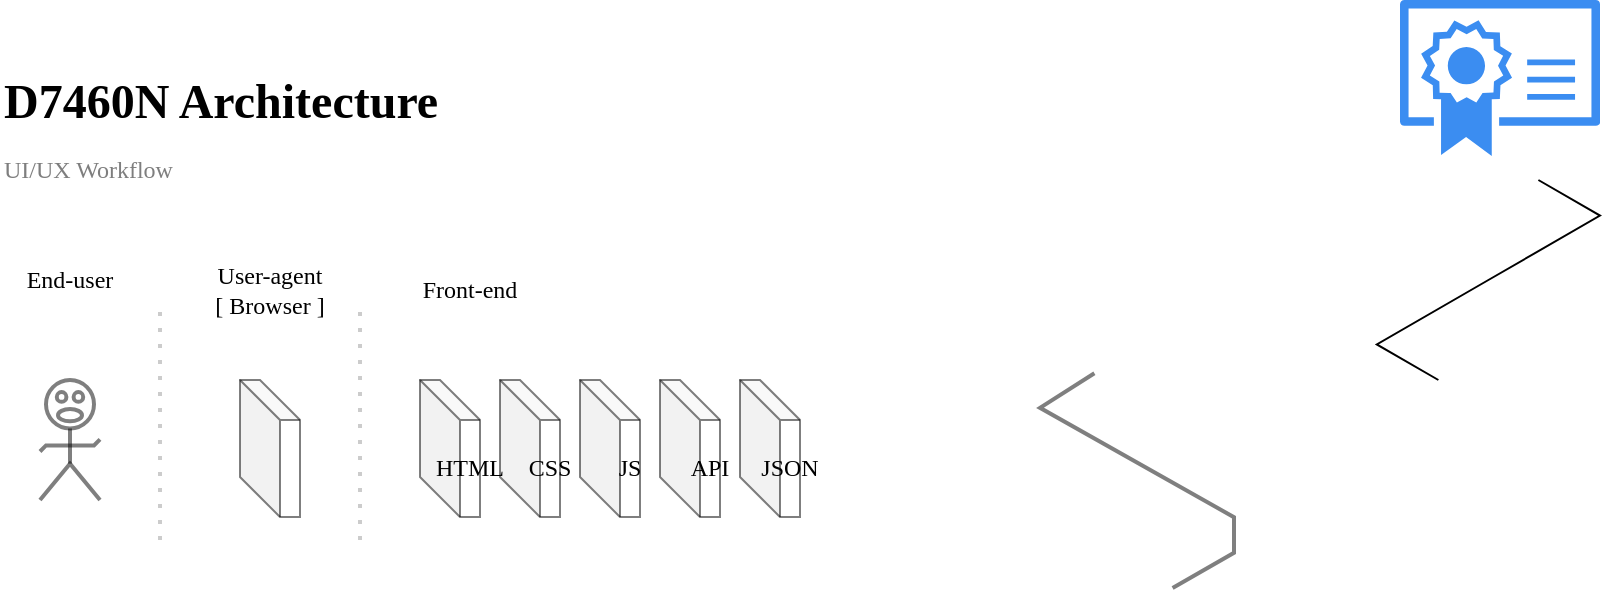
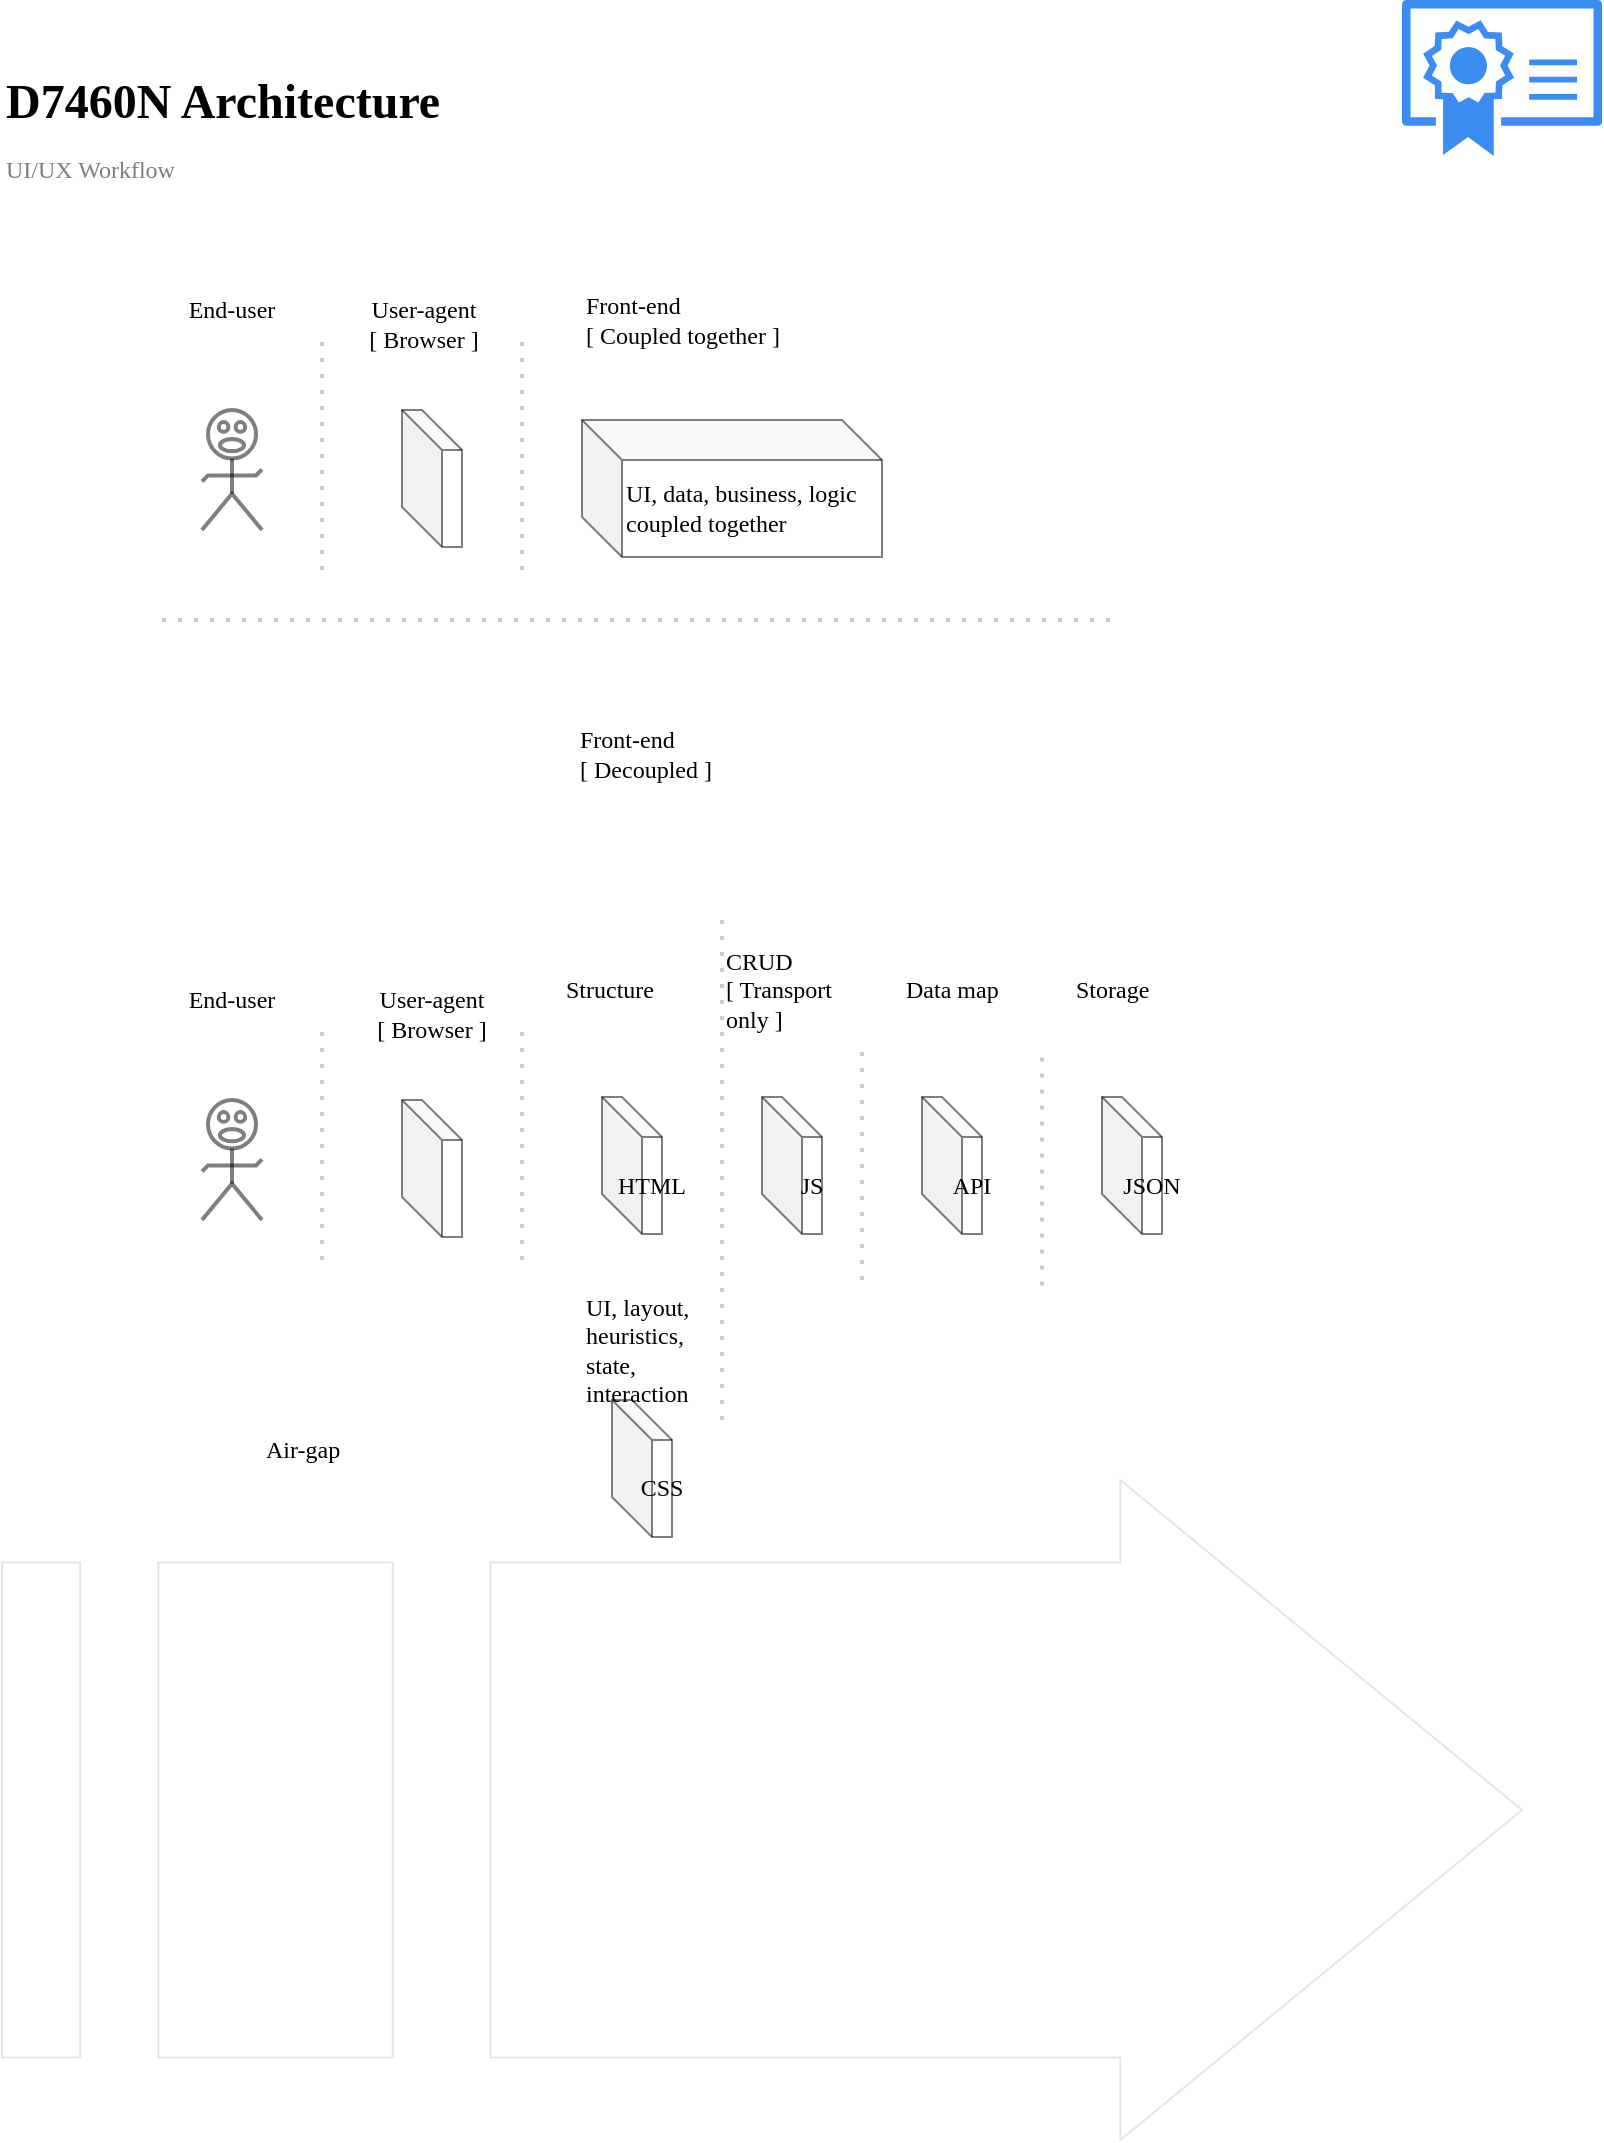
<mxfile host="app.diagrams.net">
  <diagram name="Page-1" id="1L3lwdz5k8RD5xpfTW7Q">
    <mxGraphModel dx="971" dy="611" grid="1" gridSize="10" guides="1" tooltips="1" connect="1" arrows="1" fold="1" page="1" pageScale="1" pageWidth="850" pageHeight="1100" background="none" math="0" shadow="0">
      <root>
        <mxCell id="0" />
        <mxCell id="1" parent="0" />
+         <mxCell id="TUrz2ZcVi2iwaZO9Qmu0-129" parent="1" style="html=1;shadow=0;dashed=0;align=center;verticalAlign=middle;shape=mxgraph.arrows2.stripedArrow;dy=0.25;dx=200.84;notch=244.24;opacity=10;strokeColor=default;fontFamily=Oxanium;fontSource=https%3A%2F%2Ffonts.googleapis.com%2Fcss%3Ffamily%3DOxanium;fontSize=12;fontColor=default;fillColor=default;" value="" vertex="1">
+           <mxGeometry height="330" width="760" x="40" y="750" as="geometry" />
+         </mxCell>
        <mxCell id="LfbMUPxPE-MoH8NiE-iL-1" parent="1" style="text;html=1;whiteSpace=wrap;overflow=hidden;rounded=0;fontFamily=Oxanium;fontSource=https%3A%2F%2Ffonts.googleapis.com%2Fcss%3Ffamily%3DOxanium;" value="&lt;h1 style=&quot;margin-top: 0px;&quot;&gt;D7460N Architecture&lt;/h1&gt;" vertex="1">
          <mxGeometry height="40" width="250" x="40" y="40" as="geometry" />
-         </mxCell>
-         <mxCell id="vN-JYQFVEooeD03goyw9-3" edge="1" parent="1" style="edgeStyle=isometricEdgeStyle;endArrow=none;html=1;elbow=vertical;rounded=0;" value="">
-           <mxGeometry height="100" relative="1" width="50" as="geometry">
-             <mxPoint x="759.1999999999999" y="200" as="sourcePoint" />
-             <mxPoint x="809.1999999999999" y="100" as="targetPoint" />
-           </mxGeometry>
        </mxCell>
        <mxCell id="-z0_abtDp8Hiw1sDU8dF-1" parent="1" style="text;html=1;whiteSpace=wrap;strokeColor=none;fillColor=none;align=left;verticalAlign=middle;rounded=0;opacity=50;textOpacity=50;" value="&lt;span style=&quot;font-family: Oxanium;&quot;&gt;UI/UX Workflow&lt;/span&gt;" vertex="1">
          <mxGeometry height="30" width="380" x="40" y="80" as="geometry" />
        </mxCell>
        <mxCell id="TUrz2ZcVi2iwaZO9Qmu0-21" parent="1" style="sketch=0;html=1;aspect=fixed;strokeColor=none;shadow=0;fillColor=#3B8DF1;verticalAlign=top;labelPosition=center;verticalLabelPosition=bottom;shape=mxgraph.gcp2.certified_industry_standard" value="" vertex="1">
          <mxGeometry height="78" width="100" x="740" y="10" as="geometry" />
        </mxCell>
        <mxCell id="TUrz2ZcVi2iwaZO9Qmu0-26" parent="1" style="verticalLabelPosition=bottom;html=1;verticalAlign=top;strokeWidth=2;shape=mxgraph.lean_mapping.verbal;pointerEvents=1;opacity=50;" value="" vertex="1">
-           <mxGeometry height="60" width="30" x="60" y="200" as="geometry" />
-         </mxCell>
-         <mxCell id="TUrz2ZcVi2iwaZO9Qmu0-55" parent="1" style="verticalLabelPosition=bottom;html=1;verticalAlign=top;strokeWidth=1;align=center;outlineConnect=0;dashed=0;outlineConnect=0;shape=mxgraph.aws3d.edge2;strokeColor=#000000;aspect=fixed;opacity=50;fontFamily=Oxanium;fontSource=https%3A%2F%2Ffonts.googleapis.com%2Fcss%3Ffamily%3DOxanium;fontSize=12;fontColor=default;fillColor=default;" value="" vertex="1">
-           <mxGeometry height="107.4" width="97" x="560" y="196.6" as="geometry" />
+           <mxGeometry height="60" width="30" x="140" y="560" as="geometry" />
        </mxCell>
        <mxCell id="TUrz2ZcVi2iwaZO9Qmu0-58" parent="1" style="shape=cube;whiteSpace=wrap;html=1;boundedLbl=1;backgroundOutline=1;darkOpacity=0.05;darkOpacity2=0.1;opacity=50;strokeColor=default;align=center;verticalAlign=middle;fontFamily=Oxanium;fontSource=https%3A%2F%2Ffonts.googleapis.com%2Fcss%3Ffamily%3DOxanium;fontSize=12;fontColor=default;fillColor=default;size=20;" value="" vertex="1">
-           <mxGeometry height="68.5" width="30" x="160" y="200" as="geometry" />
+           <mxGeometry height="68.5" width="30" x="240" y="560" as="geometry" />
        </mxCell>
        <mxCell id="TUrz2ZcVi2iwaZO9Qmu0-67" edge="1" parent="1" style="endArrow=none;dashed=1;html=1;dashPattern=1 3;strokeWidth=2;rounded=0;fontFamily=Oxanium;fontSource=https%3A%2F%2Ffonts.googleapis.com%2Fcss%3Ffamily%3DOxanium;fontSize=12;fontColor=default;opacity=20;" value="">
          <mxGeometry height="50" relative="1" width="50" as="geometry">
-             <mxPoint x="120" y="280" as="sourcePoint" />
-             <mxPoint x="120" y="160" as="targetPoint" />
+             <mxPoint x="200" y="640" as="sourcePoint" />
+             <mxPoint x="200" y="520" as="targetPoint" />
          </mxGeometry>
        </mxCell>
        <mxCell id="TUrz2ZcVi2iwaZO9Qmu0-68" parent="1" style="text;html=1;whiteSpace=wrap;strokeColor=none;fillColor=none;align=center;verticalAlign=middle;rounded=0;autosize=1;resizable=0;fontFamily=Oxanium;fontSource=https%3A%2F%2Ffonts.googleapis.com%2Fcss%3Ffamily%3DOxanium;fontSize=12;fontColor=default;" value="End-user" vertex="1">
-           <mxGeometry height="30" width="70" x="40" y="135" as="geometry" />
+           <mxGeometry height="30" width="70" x="120" y="495" as="geometry" />
        </mxCell>
        <mxCell id="TUrz2ZcVi2iwaZO9Qmu0-70" parent="1" style="text;html=1;whiteSpace=wrap;strokeColor=none;fillColor=none;align=center;verticalAlign=middle;rounded=0;autosize=1;resizable=0;fontFamily=Oxanium;fontSource=https%3A%2F%2Ffonts.googleapis.com%2Fcss%3Ffamily%3DOxanium;fontSize=12;fontColor=default;" value="User-agent&lt;div&gt;[ Browser ]&lt;/div&gt;" vertex="1">
-           <mxGeometry height="40" width="90" x="130" y="135" as="geometry" />
+           <mxGeometry height="40" width="90" x="210" y="497" as="geometry" />
        </mxCell>
        <mxCell id="TUrz2ZcVi2iwaZO9Qmu0-71" edge="1" parent="1" style="endArrow=none;dashed=1;html=1;dashPattern=1 3;strokeWidth=2;rounded=0;fontFamily=Oxanium;fontSource=https%3A%2F%2Ffonts.googleapis.com%2Fcss%3Ffamily%3DOxanium;fontSize=12;fontColor=default;opacity=20;" value="">
          <mxGeometry height="50" relative="1" width="50" as="geometry">
-             <mxPoint x="220" y="280" as="sourcePoint" />
-             <mxPoint x="220" y="160" as="targetPoint" />
+             <mxPoint x="300" y="640" as="sourcePoint" />
+             <mxPoint x="300" y="520" as="targetPoint" />
          </mxGeometry>
        </mxCell>
-         <mxCell id="TUrz2ZcVi2iwaZO9Qmu0-72" parent="1" style="text;html=1;whiteSpace=wrap;strokeColor=none;fillColor=none;align=center;verticalAlign=middle;rounded=0;autosize=1;resizable=0;fontFamily=Oxanium;fontSource=https%3A%2F%2Ffonts.googleapis.com%2Fcss%3Ffamily%3DOxanium;fontSize=12;fontColor=default;" value="Front-end" vertex="1">
-           <mxGeometry height="30" width="80" x="235" y="140" as="geometry" />
+         <mxCell id="TUrz2ZcVi2iwaZO9Qmu0-82" parent="1" style="shape=cube;whiteSpace=wrap;html=1;boundedLbl=1;backgroundOutline=1;darkOpacity=0.05;darkOpacity2=0.1;opacity=50;strokeColor=default;align=center;verticalAlign=middle;fontFamily=Oxanium;fontSource=https%3A%2F%2Ffonts.googleapis.com%2Fcss%3Ffamily%3DOxanium;fontSize=12;fontColor=default;fillColor=default;size=20;" value="JS" vertex="1">
+           <mxGeometry height="68.5" width="30" x="420" y="558.5" as="geometry" />
        </mxCell>
-         <mxCell id="TUrz2ZcVi2iwaZO9Qmu0-82" parent="1" style="shape=cube;whiteSpace=wrap;html=1;boundedLbl=1;backgroundOutline=1;darkOpacity=0.05;darkOpacity2=0.1;opacity=50;strokeColor=default;align=center;verticalAlign=middle;fontFamily=Oxanium;fontSource=https%3A%2F%2Ffonts.googleapis.com%2Fcss%3Ffamily%3DOxanium;fontSize=12;fontColor=default;fillColor=default;size=20;" value="JS" vertex="1">
-           <mxGeometry height="68.5" width="30" x="330" y="200" as="geometry" />
-         </mxCell>
-         <mxCell id="TUrz2ZcVi2iwaZO9Qmu0-81" parent="1" style="shape=cube;whiteSpace=wrap;html=1;boundedLbl=1;backgroundOutline=1;darkOpacity=0.05;darkOpacity2=0.1;opacity=50;strokeColor=default;align=center;verticalAlign=middle;fontFamily=Oxanium;fontSource=https%3A%2F%2Ffonts.googleapis.com%2Fcss%3Ffamily%3DOxanium;fontSize=12;fontColor=default;fillColor=default;size=20;" value="CSS" vertex="1">
-           <mxGeometry height="68.5" width="30" x="290" y="200" as="geometry" />
-         </mxCell>
-         <mxCell id="TUrz2ZcVi2iwaZO9Qmu0-80" parent="1" style="shape=cube;whiteSpace=wrap;html=1;boundedLbl=1;backgroundOutline=1;darkOpacity=0.05;darkOpacity2=0.1;opacity=50;strokeColor=default;align=center;verticalAlign=middle;fontFamily=Oxanium;fontSource=https%3A%2F%2Ffonts.googleapis.com%2Fcss%3Ffamily%3DOxanium;fontSize=12;fontColor=default;fillColor=default;size=20;" value="HTML" vertex="1">
-           <mxGeometry height="68.5" width="30" x="250" y="200" as="geometry" />
+         <mxCell id="TUrz2ZcVi2iwaZO9Qmu0-81" parent="1" style="shape=cube;whiteSpace=wrap;html=1;boundedLbl=1;backgroundOutline=1;darkOpacity=0.05;darkOpacity2=0.1;opacity=50;strokeColor=default;align=center;verticalAlign=middle;fontFamily=Oxanium;fontSource=https%3A%2F%2Ffonts.googleapis.com%2Fcss%3Ffamily%3DOxanium;fontSize=12;fontColor=default;fillColor=default;size=20;" value="HTML" vertex="1">
+           <mxGeometry height="68.5" width="30" x="340" y="558.5" as="geometry" />
        </mxCell>
        <mxCell id="TUrz2ZcVi2iwaZO9Qmu0-85" parent="1" style="shape=cube;whiteSpace=wrap;html=1;boundedLbl=1;backgroundOutline=1;darkOpacity=0.05;darkOpacity2=0.1;opacity=50;strokeColor=default;align=center;verticalAlign=middle;fontFamily=Oxanium;fontSource=https%3A%2F%2Ffonts.googleapis.com%2Fcss%3Ffamily%3DOxanium;fontSize=12;fontColor=default;fillColor=default;size=20;" value="JSON" vertex="1">
-           <mxGeometry height="68.5" width="30" x="410" y="200" as="geometry" />
+           <mxGeometry height="68.5" width="30" x="590" y="558.5" as="geometry" />
        </mxCell>
        <mxCell id="TUrz2ZcVi2iwaZO9Qmu0-86" parent="1" style="shape=cube;whiteSpace=wrap;html=1;boundedLbl=1;backgroundOutline=1;darkOpacity=0.05;darkOpacity2=0.1;opacity=50;strokeColor=default;align=center;verticalAlign=middle;fontFamily=Oxanium;fontSource=https%3A%2F%2Ffonts.googleapis.com%2Fcss%3Ffamily%3DOxanium;fontSize=12;fontColor=default;fillColor=default;size=20;" value="API" vertex="1">
-           <mxGeometry height="68.5" width="30" x="370" y="200" as="geometry" />
+           <mxGeometry height="68.5" width="30" x="500" y="558.5" as="geometry" />
+         </mxCell>
+         <mxCell id="TUrz2ZcVi2iwaZO9Qmu0-127" parent="1" style="shape=cube;whiteSpace=wrap;html=1;boundedLbl=1;backgroundOutline=1;darkOpacity=0.05;darkOpacity2=0.1;opacity=50;strokeColor=default;align=left;verticalAlign=middle;fontFamily=Oxanium;fontSource=https%3A%2F%2Ffonts.googleapis.com%2Fcss%3Ffamily%3DOxanium;fontSize=12;fontColor=default;fillColor=default;size=20;" value="UI, data, business, logic coupled together&amp;nbsp;" vertex="1">
+           <mxGeometry height="68.5" width="150" x="330" y="220" as="geometry" />
+         </mxCell>
+         <mxCell id="TUrz2ZcVi2iwaZO9Qmu0-131" edge="1" parent="1" style="endArrow=none;dashed=1;html=1;dashPattern=1 3;strokeWidth=2;rounded=0;fontFamily=Oxanium;fontSource=https%3A%2F%2Ffonts.googleapis.com%2Fcss%3Ffamily%3DOxanium;fontSize=12;fontColor=default;opacity=20;" value="">
+           <mxGeometry height="50" relative="1" width="50" as="geometry">
+             <mxPoint x="120" y="320" as="sourcePoint" />
+             <mxPoint x="600" y="320" as="targetPoint" />
+           </mxGeometry>
+         </mxCell>
+         <mxCell id="TUrz2ZcVi2iwaZO9Qmu0-132" parent="1" style="verticalLabelPosition=bottom;html=1;verticalAlign=top;strokeWidth=2;shape=mxgraph.lean_mapping.verbal;pointerEvents=1;opacity=50;" value="" vertex="1">
+           <mxGeometry height="60" width="30" x="140" y="215" as="geometry" />
+         </mxCell>
+         <mxCell id="TUrz2ZcVi2iwaZO9Qmu0-133" parent="1" style="shape=cube;whiteSpace=wrap;html=1;boundedLbl=1;backgroundOutline=1;darkOpacity=0.05;darkOpacity2=0.1;opacity=50;strokeColor=default;align=center;verticalAlign=middle;fontFamily=Oxanium;fontSource=https%3A%2F%2Ffonts.googleapis.com%2Fcss%3Ffamily%3DOxanium;fontSize=12;fontColor=default;fillColor=default;size=20;" value="" vertex="1">
+           <mxGeometry height="68.5" width="30" x="240" y="215" as="geometry" />
+         </mxCell>
+         <mxCell id="TUrz2ZcVi2iwaZO9Qmu0-134" edge="1" parent="1" style="endArrow=none;dashed=1;html=1;dashPattern=1 3;strokeWidth=2;rounded=0;fontFamily=Oxanium;fontSource=https%3A%2F%2Ffonts.googleapis.com%2Fcss%3Ffamily%3DOxanium;fontSize=12;fontColor=default;opacity=20;" value="">
+           <mxGeometry height="50" relative="1" width="50" as="geometry">
+             <mxPoint x="200" y="295" as="sourcePoint" />
+             <mxPoint x="200" y="175" as="targetPoint" />
+           </mxGeometry>
+         </mxCell>
+         <mxCell id="TUrz2ZcVi2iwaZO9Qmu0-135" parent="1" style="text;html=1;whiteSpace=wrap;strokeColor=none;fillColor=none;align=center;verticalAlign=middle;rounded=0;autosize=1;resizable=0;fontFamily=Oxanium;fontSource=https%3A%2F%2Ffonts.googleapis.com%2Fcss%3Ffamily%3DOxanium;fontSize=12;fontColor=default;" value="End-user" vertex="1">
+           <mxGeometry height="30" width="70" x="120" y="150" as="geometry" />
+         </mxCell>
+         <mxCell id="TUrz2ZcVi2iwaZO9Qmu0-136" parent="1" style="text;html=1;whiteSpace=wrap;strokeColor=none;fillColor=none;align=center;verticalAlign=middle;rounded=0;autosize=1;resizable=0;fontFamily=Oxanium;fontSource=https%3A%2F%2Ffonts.googleapis.com%2Fcss%3Ffamily%3DOxanium;fontSize=12;fontColor=default;" value="User-agent&lt;div&gt;[ Browser ]&lt;/div&gt;" vertex="1">
+           <mxGeometry height="40" width="90" x="206" y="152" as="geometry" />
+         </mxCell>
+         <mxCell id="TUrz2ZcVi2iwaZO9Qmu0-137" edge="1" parent="1" style="endArrow=none;dashed=1;html=1;dashPattern=1 3;strokeWidth=2;rounded=0;fontFamily=Oxanium;fontSource=https%3A%2F%2Ffonts.googleapis.com%2Fcss%3Ffamily%3DOxanium;fontSize=12;fontColor=default;opacity=20;" value="">
+           <mxGeometry height="50" relative="1" width="50" as="geometry">
+             <mxPoint x="300" y="295" as="sourcePoint" />
+             <mxPoint x="300" y="175" as="targetPoint" />
+           </mxGeometry>
+         </mxCell>
+         <mxCell id="TUrz2ZcVi2iwaZO9Qmu0-138" parent="1" style="text;html=1;whiteSpace=wrap;strokeColor=none;fillColor=none;align=left;verticalAlign=middle;rounded=0;autosize=1;resizable=0;fontFamily=Oxanium;fontSource=https%3A%2F%2Ffonts.googleapis.com%2Fcss%3Ffamily%3DOxanium;fontSize=12;fontColor=default;" value="Front-end&lt;div&gt;[ Coupled together ]&lt;/div&gt;" vertex="1">
+           <mxGeometry height="40" width="130" x="330" y="150" as="geometry" />
+         </mxCell>
+         <mxCell id="TUrz2ZcVi2iwaZO9Qmu0-139" parent="1" style="text;html=1;whiteSpace=wrap;strokeColor=none;fillColor=none;align=left;verticalAlign=middle;rounded=0;autosize=1;resizable=0;fontFamily=Oxanium;fontSource=https%3A%2F%2Ffonts.googleapis.com%2Fcss%3Ffamily%3DOxanium;fontSize=12;fontColor=default;" value="Front-end&lt;div&gt;[ Decoupled ]&lt;/div&gt;" vertex="1">
+           <mxGeometry height="40" width="100" x="327" y="367" as="geometry" />
+         </mxCell>
+         <mxCell id="TUrz2ZcVi2iwaZO9Qmu0-140" parent="1" style="text;html=1;whiteSpace=wrap;strokeColor=none;fillColor=none;align=left;verticalAlign=middle;rounded=0;autosize=1;resizable=0;fontFamily=Oxanium;fontSource=https%3A%2F%2Ffonts.googleapis.com%2Fcss%3Ffamily%3DOxanium;fontSize=12;fontColor=default;" value="Air-gap" vertex="1">
+           <mxGeometry height="30" width="60" x="170" y="720" as="geometry" />
+         </mxCell>
+         <mxCell id="TUrz2ZcVi2iwaZO9Qmu0-142" edge="1" parent="1" style="endArrow=none;dashed=1;html=1;dashPattern=1 3;strokeWidth=2;rounded=0;fontFamily=Oxanium;fontSource=https%3A%2F%2Ffonts.googleapis.com%2Fcss%3Ffamily%3DOxanium;fontSize=12;fontColor=default;opacity=20;" value="">
+           <mxGeometry height="50" relative="1" width="50" as="geometry">
+             <mxPoint x="470" y="650" as="sourcePoint" />
+             <mxPoint x="470" y="530" as="targetPoint" />
+           </mxGeometry>
+         </mxCell>
+         <mxCell id="TUrz2ZcVi2iwaZO9Qmu0-143" edge="1" parent="1" style="endArrow=none;dashed=1;html=1;dashPattern=1 3;strokeWidth=2;rounded=0;fontFamily=Oxanium;fontSource=https%3A%2F%2Ffonts.googleapis.com%2Fcss%3Ffamily%3DOxanium;fontSize=12;fontColor=default;opacity=20;" value="">
+           <mxGeometry height="50" relative="1" width="50" as="geometry">
+             <mxPoint x="400" y="720" as="sourcePoint" />
+             <mxPoint x="400" y="470" as="targetPoint" />
+           </mxGeometry>
+         </mxCell>
+         <mxCell id="TUrz2ZcVi2iwaZO9Qmu0-145" edge="1" parent="1" style="endArrow=none;dashed=1;html=1;dashPattern=1 3;strokeWidth=2;rounded=0;fontFamily=Oxanium;fontSource=https%3A%2F%2Ffonts.googleapis.com%2Fcss%3Ffamily%3DOxanium;fontSize=12;fontColor=default;opacity=20;" value="">
+           <mxGeometry height="50" relative="1" width="50" as="geometry">
+             <mxPoint x="560" y="652.75" as="sourcePoint" />
+             <mxPoint x="560" y="532.75" as="targetPoint" />
+           </mxGeometry>
+         </mxCell>
+         <mxCell id="TUrz2ZcVi2iwaZO9Qmu0-146" parent="1" style="text;html=1;whiteSpace=wrap;strokeColor=none;fillColor=none;align=left;verticalAlign=middle;rounded=0;fontFamily=Oxanium;fontSource=https%3A%2F%2Ffonts.googleapis.com%2Fcss%3Ffamily%3DOxanium;fontSize=12;fontColor=default;" value="CRUD&lt;div&gt;[ Transport&lt;/div&gt;&lt;div&gt;only ]&lt;/div&gt;" vertex="1">
+           <mxGeometry height="30" width="100" x="400" y="490" as="geometry" />
+         </mxCell>
+         <mxCell id="TUrz2ZcVi2iwaZO9Qmu0-147" parent="1" style="text;html=1;whiteSpace=wrap;strokeColor=none;fillColor=none;align=left;verticalAlign=middle;rounded=0;fontFamily=Oxanium;fontSource=https%3A%2F%2Ffonts.googleapis.com%2Fcss%3Ffamily%3DOxanium;fontSize=12;fontColor=default;" value="Structure" vertex="1">
+           <mxGeometry height="30" width="60" x="320" y="490" as="geometry" />
+         </mxCell>
+         <mxCell id="TUrz2ZcVi2iwaZO9Qmu0-149" parent="1" style="text;html=1;whiteSpace=wrap;strokeColor=none;fillColor=none;align=left;verticalAlign=middle;rounded=0;fontFamily=Oxanium;fontSource=https%3A%2F%2Ffonts.googleapis.com%2Fcss%3Ffamily%3DOxanium;fontSize=12;fontColor=default;" value="Data map" vertex="1">
+           <mxGeometry height="30" width="60" x="490" y="490" as="geometry" />
+         </mxCell>
+         <mxCell id="TUrz2ZcVi2iwaZO9Qmu0-150" parent="1" style="text;html=1;whiteSpace=wrap;strokeColor=none;fillColor=none;align=left;verticalAlign=middle;rounded=0;fontFamily=Oxanium;fontSource=https%3A%2F%2Ffonts.googleapis.com%2Fcss%3Ffamily%3DOxanium;fontSize=12;fontColor=default;" value="Storage" vertex="1">
+           <mxGeometry height="30" width="60" x="575" y="490" as="geometry" />
+         </mxCell>
+         <mxCell id="TUrz2ZcVi2iwaZO9Qmu0-151" connectable="0" parent="1" style="group" value="" vertex="1">
+           <mxGeometry height="108.5" width="60" x="330" y="670" as="geometry" />
+         </mxCell>
+         <mxCell id="TUrz2ZcVi2iwaZO9Qmu0-141" parent="TUrz2ZcVi2iwaZO9Qmu0-151" style="shape=cube;whiteSpace=wrap;html=1;boundedLbl=1;backgroundOutline=1;darkOpacity=0.05;darkOpacity2=0.1;opacity=50;strokeColor=default;align=center;verticalAlign=middle;fontFamily=Oxanium;fontSource=https%3A%2F%2Ffonts.googleapis.com%2Fcss%3Ffamily%3DOxanium;fontSize=12;fontColor=default;fillColor=default;size=20;" value="CSS" vertex="1">
+           <mxGeometry height="68.5" width="30" x="15" y="40" as="geometry" />
+         </mxCell>
+         <mxCell id="TUrz2ZcVi2iwaZO9Qmu0-148" parent="TUrz2ZcVi2iwaZO9Qmu0-151" style="text;html=1;whiteSpace=wrap;strokeColor=none;fillColor=none;align=left;verticalAlign=middle;rounded=0;fontFamily=Oxanium;fontSource=https%3A%2F%2Ffonts.googleapis.com%2Fcss%3Ffamily%3DOxanium;fontSize=12;fontColor=default;" value="UI, layout, heuristics, state, interaction" vertex="1">
+           <mxGeometry height="30" width="60" as="geometry" />
        </mxCell>
      </root>
    </mxGraphModel>
  </diagram>
</mxfile>
